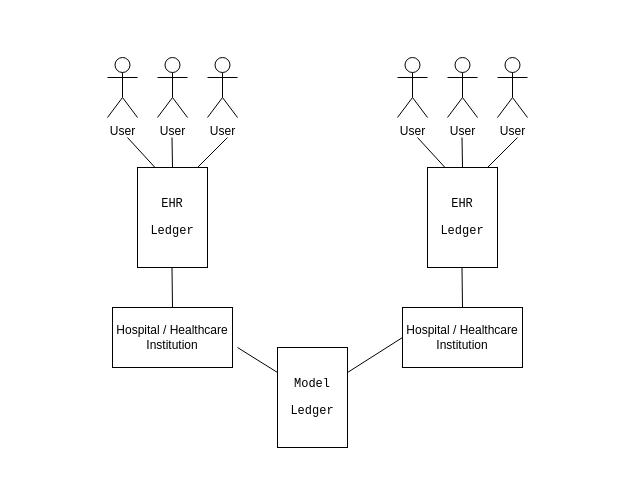
The draw.io diagram Untitled Diagram.drawio in unnc-fose-20126522/Health-Status-Monitoring-System-based-on-Hyperledger-Fabric-and-ModeChain, before the edit. Source tidied: cells renumbered, new cells numbered last; positions are measured from the earlier drawing's top-left corner, leaving out a move shared by most shapes. Both pictures are drawn from the tidied source at 100%, with x=0, y=0 at pixel (107, 57).
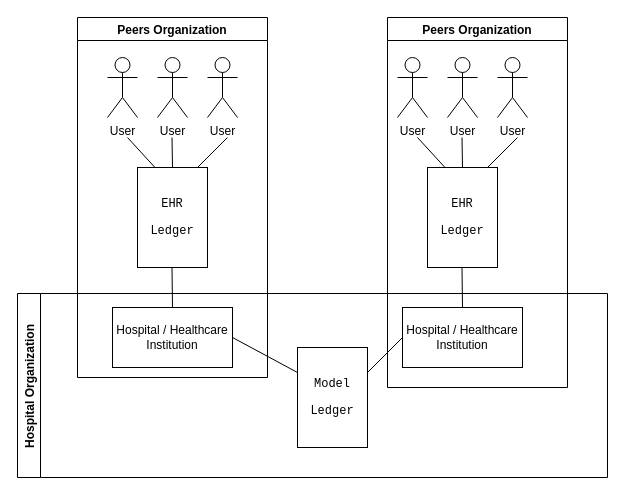
The same page after the edit.

The change refers to these unchanged cells:
```xml
<mxCell id="7" value="Hospital / Healthcare Institution" style="whiteSpace=wrap;html=1;rounded=0;" parent="1" vertex="1">
  <mxGeometry x="5" y="250" width="120" height="60" as="geometry" />
</mxCell>
```

Diff of the diagram source:
```diff
@@
-    <mxCell id="20" value="&lt;pre&gt;Model&lt;/pre&gt;&lt;pre&gt;Ledger&lt;/pre&gt;" style="rounded=0;whiteSpace=wrap;html=1;" parent="1" vertex="1">
-      <mxGeometry x="170" y="290" width="70" height="100" as="geometry" />
-    </mxCell>
@@
-    <mxCell id="22" style="endArrow=none;html=1;rounded=0;exitX=0;exitY=0.25;exitDx=0;exitDy=0;" parent="1" edge="1" source="20">
-      <mxGeometry relative="1" as="geometry">
-        <mxPoint x="130" y="290" as="targetPoint" />
-      </mxGeometry>
+    <mxCell id="22" style="endArrow=none;html=1;rounded=0;exitX=0;exitY=0.25;exitDx=0;exitDy=0;entryX=1;entryY=0.5;entryDx=0;entryDy=0;" parent="1" edge="1" source="20" target="7">
+      <mxGeometry relative="1" as="geometry" />
     </mxCell>
+    <mxCell id="23" value="Peers Organization" style="swimlane;" parent="1" vertex="1">
+      <mxGeometry x="-30" y="-40" width="190" height="360" as="geometry" />
+    </mxCell>
+    <mxCell id="24" value="Peers Organization" style="swimlane;" parent="1" vertex="1">
+      <mxGeometry x="280" y="-40" width="180" height="370" as="geometry" />
+    </mxCell>
+    <mxCell id="25" value="Hospital Organization" style="swimlane;horizontal=0;" parent="1" vertex="1">
+      <mxGeometry x="-90" y="236" width="590" height="184" as="geometry" />
+    </mxCell>
+    <mxCell id="20" value="&lt;pre&gt;Model&lt;/pre&gt;&lt;pre&gt;Ledger&lt;/pre&gt;" style="rounded=0;whiteSpace=wrap;html=1;" parent="25" vertex="1">
+      <mxGeometry x="280" y="54" width="70" height="100" as="geometry" />
+    </mxCell>
```
